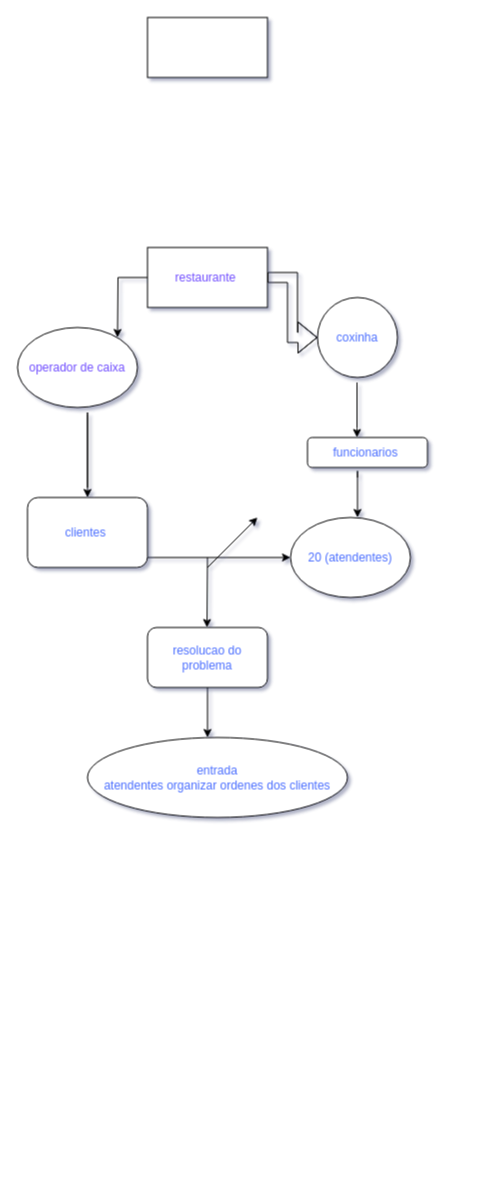
This is restaurante.drawio from nork22/HTLM, a draw.io file, before an edit. Source tidied: cells renumbered, new cells numbered last; positions are measured from the earlier drawing's top-left corner, leaving out a move shared by most shapes. Both pictures are drawn from the tidied source at 100%, with x=0, y=0 at pixel (17, 17).
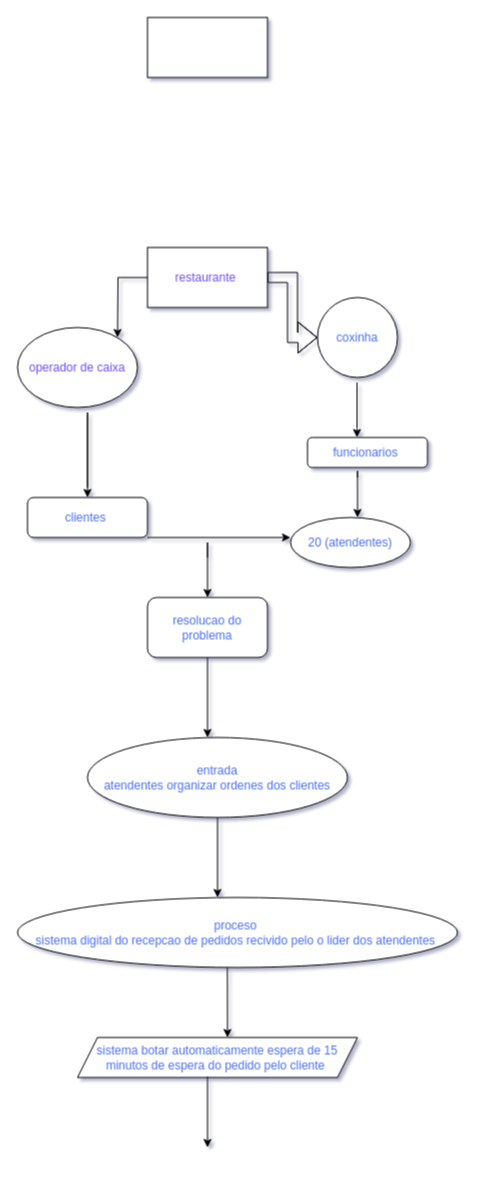
After the change.

The change refers to these unchanged cells:
```xml
<mxCell id="20" value="entrada&lt;br&gt;atendentes organizar ordenes dos clientes" style="ellipse;whiteSpace=wrap;html=1;fontColor=#4A6EFF;" parent="1" vertex="1">
  <mxGeometry x="70" y="720" width="260" height="80" as="geometry" />
</mxCell>
```

Diff of the diagram source:
```diff
@@
     <mxCell id="9" value="clientes&amp;nbsp;" style="rounded=1;whiteSpace=wrap;html=1;fontColor=#4A6EFF;" parent="1" vertex="1">
-      <mxGeometry x="10" y="480" width="120" height="70" as="geometry" />
+      <mxGeometry x="10" y="480" width="120" height="40" as="geometry" />
     </mxCell>
@@
     <mxCell id="13" value="20 (atendentes)" style="ellipse;whiteSpace=wrap;html=1;fontColor=#4A6EFF;" parent="1" vertex="1">
-      <mxGeometry x="273" y="500" width="120" height="80" as="geometry" />
+      <mxGeometry x="273" y="500" width="120" height="50" as="geometry" />
     </mxCell>
     <mxCell id="14" style="endArrow=classic;html=1;labelBackgroundColor=#3B3BFF;fontColor=#4A6EFF;" parent="1" edge="1">
       <mxGeometry relative="1" as="geometry">
-        <mxPoint x="130" y="540" as="sourcePoint" />
-        <mxPoint x="273" y="540" as="targetPoint" />
+        <mxPoint x="130" y="520" as="sourcePoint" />
+        <mxPoint x="273" y="520" as="targetPoint" />
       </mxGeometry>
     </mxCell>
@@
     <mxCell id="16" style="endArrow=classic;html=1;labelBackgroundColor=#3B3BFF;fontColor=#4A6EFF;" parent="1" edge="1">
       <mxGeometry relative="1" as="geometry">
         <mxPoint x="190" y="540" as="sourcePoint" />
-        <mxPoint x="189.5" y="610" as="targetPoint" />
+        <mxPoint x="190" y="580" as="targetPoint" />
+        <Array as="points">
+          <mxPoint x="190" y="520" />
+        </Array>
       </mxGeometry>
     </mxCell>
     <mxCell id="17" value="resolucao do problema" style="rounded=1;whiteSpace=wrap;html=1;fontColor=#4A6EFF;" parent="1" vertex="1">
-      <mxGeometry x="130" y="610" width="120" height="60" as="geometry" />
+      <mxGeometry x="130" y="580" width="120" height="60" as="geometry" />
     </mxCell>
-    <mxCell id="18" style="endArrow=classic;html=1;labelBackgroundColor=#3B3BFF;fontColor=#4A6EFF;" parent="1" edge="1">
-      <mxGeometry relative="1" as="geometry">
-        <mxPoint x="190" y="550" as="sourcePoint" />
-        <mxPoint x="240" y="500" as="targetPoint" />
-      </mxGeometry>
-    </mxCell>
@@
+    <mxCell id="21" style="endArrow=classic;html=1;labelBackgroundColor=#3B3BFF;fontColor=#4A6EFF;" parent="1" edge="1" source="20">
+      <mxGeometry relative="1" as="geometry">
+        <mxPoint x="200" y="880" as="targetPoint" />
+      </mxGeometry>
+    </mxCell>
+    <mxCell id="22" value="proceso&amp;nbsp;&lt;br&gt;sistema digital do recepcao de pedidos recivido pelo o lider dos atendentes&amp;nbsp;" style="ellipse;whiteSpace=wrap;html=1;fontColor=#4A6EFF;" parent="1" vertex="1">
+      <mxGeometry y="880" width="440" height="70" as="geometry" />
+    </mxCell>
+    <mxCell id="23" value="sistema botar automaticamente espera de 15 minutos de espera do pedido pelo cliente&amp;nbsp;" style="shape=parallelogram;perimeter=parallelogramPerimeter;whiteSpace=wrap;html=1;fixedSize=1;fontColor=#4A6EFF;" parent="1" vertex="1">
+      <mxGeometry x="60" y="1020" width="280" height="40" as="geometry" />
+    </mxCell>
+    <mxCell id="24" style="endArrow=classic;html=1;labelBackgroundColor=#3B3BFF;fontColor=#4A6EFF;exitX=0.477;exitY=1;exitDx=0;exitDy=0;exitPerimeter=0;" parent="1" edge="1" source="22">
+      <mxGeometry relative="1" as="geometry">
+        <mxPoint x="210" y="1020" as="targetPoint" />
+      </mxGeometry>
+    </mxCell>
+    <mxCell id="25" style="endArrow=classic;html=1;labelBackgroundColor=#3B3BFF;fontColor=#4A6EFF;" parent="1" edge="1">
+      <mxGeometry relative="1" as="geometry">
+        <mxPoint x="190" y="1059" as="sourcePoint" />
+        <mxPoint x="190" y="1130" as="targetPoint" />
+      </mxGeometry>
+    </mxCell>
```
